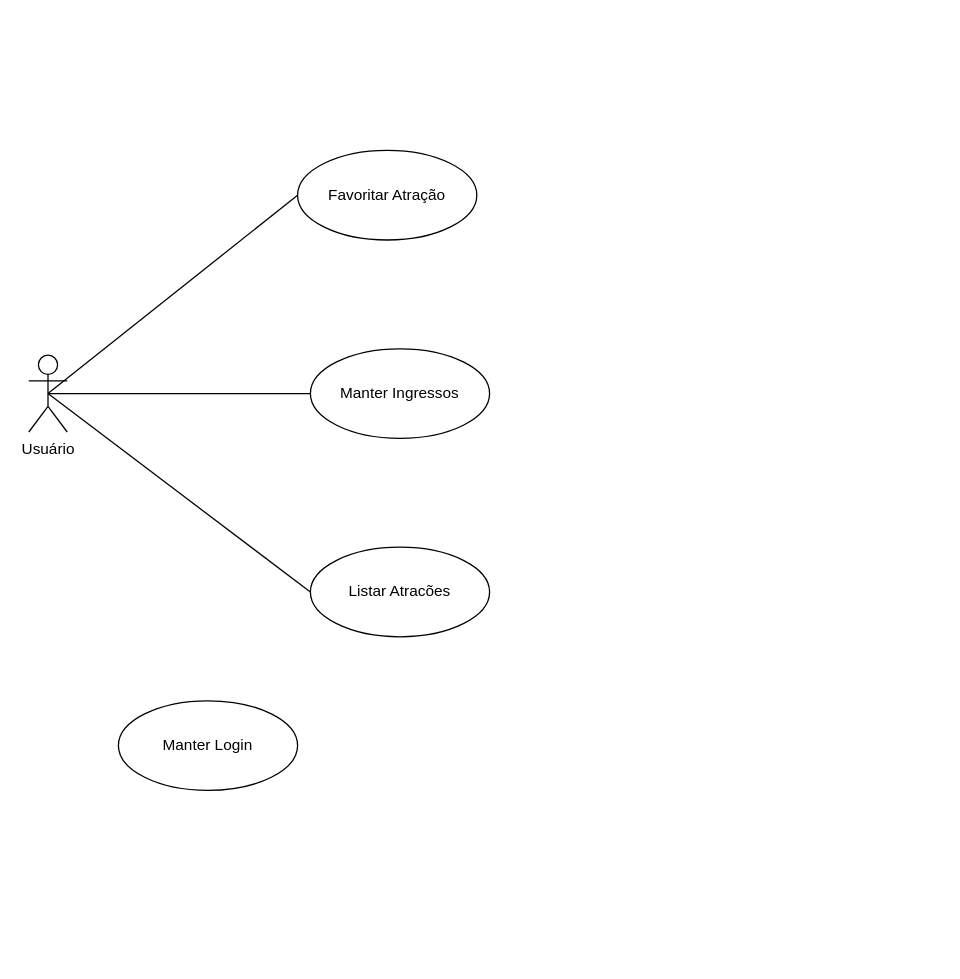
Before: Diagrama Caso de Uso.drawio in JudilenaGalvao/Projeto-POO, a draw.io diagram. Source tidied: cells renumbered, new cells numbered last; positions are measured from the earlier drawing's top-left corner, leaving out a move shared by most shapes. Both pictures are drawn from the tidied source at 128%, with x=0, y=0 at pixel (28, 150).
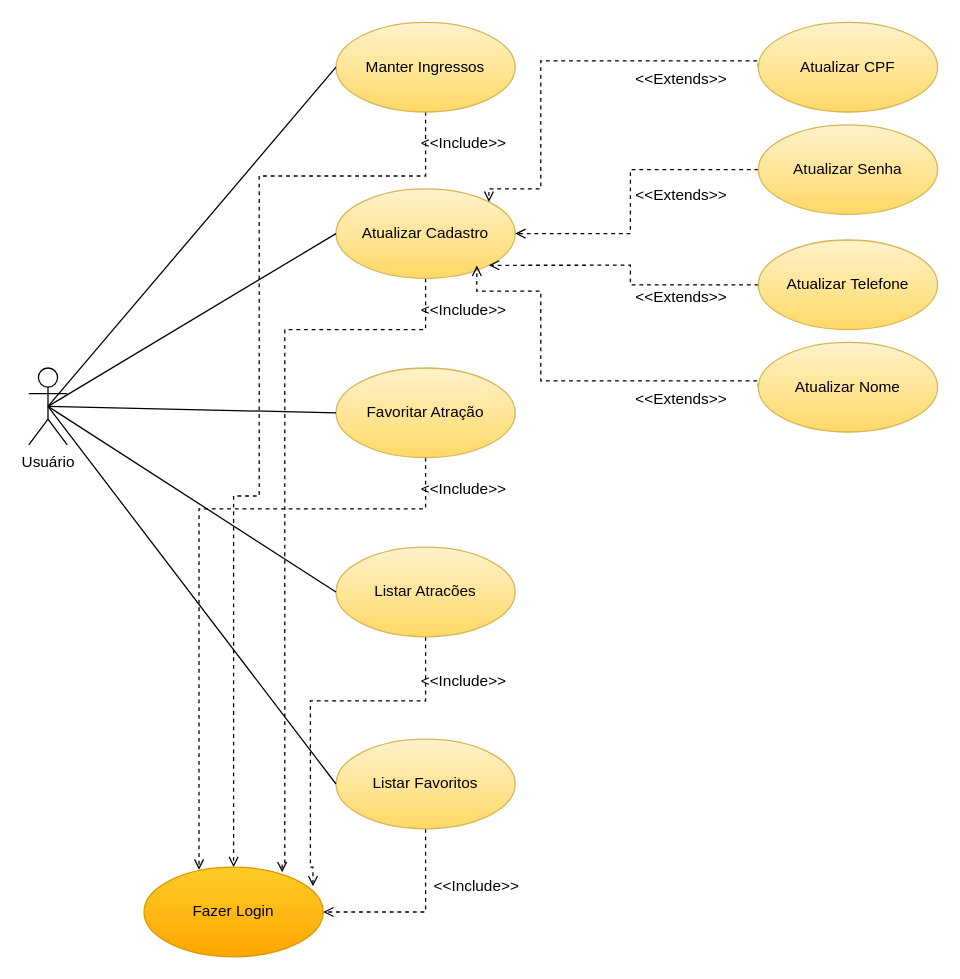
After the change.

Change to the diagram source:
```diff
@@
     <mxCell id="2" value="Usuário" style="shape=umlActor;verticalLabelPosition=bottom;verticalAlign=top;html=1;" parent="1" vertex="1">
-      <mxGeometry y="160" width="30" height="60" as="geometry" />
+      <mxGeometry y="170" width="30" height="60" as="geometry" />
     </mxCell>
+    <mxCell id="10" style="edgeStyle=orthogonalEdgeStyle;rounded=0;jettySize=auto;html=1;exitX=0.5;exitY=1;exitDx=0;exitDy=0;entryX=0.5;entryY=0;entryDx=0;entryDy=0;endArrow=open;endFill=0;dashed=1;" parent="1" edge="1" source="3" target="7">
+      <mxGeometry relative="1" as="geometry">
+        <Array as="points">
+          <mxPoint x="310" y="20" />
+          <mxPoint x="180" y="20" />
+          <mxPoint x="180" y="270" />
+          <mxPoint x="160" y="270" />
+        </Array>
+      </mxGeometry>
+    </mxCell>
-    <mxCell id="3" value="Manter Ingressos" style="ellipse;whiteSpace=wrap;html=1;" parent="1" vertex="1">
-      <mxGeometry x="220" y="155" width="140" height="70" as="geometry" />
+    <mxCell id="3" value="Manter Ingressos" style="ellipse;whiteSpace=wrap;html=1;fillColor=#fff2cc;gradientColor=#ffd966;strokeColor=#d6b656;" parent="1" vertex="1">
+      <mxGeometry x="240" y="-100" width="140" height="70" as="geometry" />
     </mxCell>
+    <mxCell id="11" style="edgeStyle=orthogonalEdgeStyle;rounded=0;jettySize=auto;html=1;exitX=0.5;exitY=1;exitDx=0;exitDy=0;entryX=0.307;entryY=0.029;entryDx=0;entryDy=0;entryPerimeter=0;endArrow=open;endFill=0;dashed=1;" parent="1" edge="1" source="4" target="7">
+      <mxGeometry relative="1" as="geometry">
+        <Array as="points">
+          <mxPoint x="310" y="280" />
+          <mxPoint x="133" y="280" />
+        </Array>
+      </mxGeometry>
+    </mxCell>
-    <mxCell id="4" value="Favoritar Atração" style="ellipse;whiteSpace=wrap;html=1;" parent="1" vertex="1">
-      <mxGeometry x="210" width="140" height="70" as="geometry" />
+    <mxCell id="4" value="Favoritar Atração" style="ellipse;whiteSpace=wrap;html=1;fillColor=#fff2cc;gradientColor=#ffd966;strokeColor=#d6b656;" parent="1" vertex="1">
+      <mxGeometry x="240" y="170" width="140" height="70" as="geometry" />
     </mxCell>
+    <mxCell id="12" style="edgeStyle=orthogonalEdgeStyle;rounded=0;jettySize=auto;html=1;exitX=0.5;exitY=1;exitDx=0;exitDy=0;entryX=0.943;entryY=0.214;entryDx=0;entryDy=0;endArrow=open;endFill=0;dashed=1;entryPerimeter=0;" parent="1" edge="1" source="5" target="7">
+      <mxGeometry relative="1" as="geometry">
+        <Array as="points">
+          <mxPoint x="310" y="430" />
+          <mxPoint x="220" y="430" />
+          <mxPoint x="220" y="560" />
+          <mxPoint x="222" y="560" />
+        </Array>
+      </mxGeometry>
+    </mxCell>
-    <mxCell id="5" value="Listar Atracões" style="ellipse;whiteSpace=wrap;html=1;" parent="1" vertex="1">
-      <mxGeometry x="220" y="310" width="140" height="70" as="geometry" />
+    <mxCell id="5" value="Listar Atracões" style="ellipse;whiteSpace=wrap;html=1;fillColor=#fff2cc;gradientColor=#ffd966;strokeColor=#d6b656;" parent="1" vertex="1">
+      <mxGeometry x="240" y="310" width="140" height="70" as="geometry" />
     </mxCell>
@@
-    <mxCell id="7" value="Manter Login" style="ellipse;whiteSpace=wrap;html=1;" parent="1" vertex="1">
-      <mxGeometry x="70" y="430" width="140" height="70" as="geometry" />
+    <mxCell id="7" value="Fazer Login" style="ellipse;whiteSpace=wrap;html=1;fillColor=#ffcd28;gradientColor=#ffa500;strokeColor=#d79b00;" parent="1" vertex="1">
+      <mxGeometry x="90" y="560" width="140" height="70" as="geometry" />
     </mxCell>
@@
+    <mxCell id="13" value="&amp;lt;&amp;lt;Include&amp;gt;&amp;gt;" style="text;html=1;strokeColor=none;fillColor=none;align=center;verticalAlign=middle;whiteSpace=wrap;rounded=0;" parent="1" vertex="1">
+      <mxGeometry x="310" y="400" width="60" height="30" as="geometry" />
+    </mxCell>
+    <mxCell id="14" value="&amp;lt;&amp;lt;Include&amp;gt;&amp;gt;" style="text;html=1;strokeColor=none;fillColor=none;align=center;verticalAlign=middle;whiteSpace=wrap;rounded=0;" parent="1" vertex="1">
+      <mxGeometry x="310" y="-20" width="60" height="30" as="geometry" />
+    </mxCell>
+    <mxCell id="15" value="&amp;lt;&amp;lt;Include&amp;gt;&amp;gt;" style="text;html=1;strokeColor=none;fillColor=none;align=center;verticalAlign=middle;whiteSpace=wrap;rounded=0;" parent="1" vertex="1">
+      <mxGeometry x="310" y="110" width="60" height="30" as="geometry" />
+    </mxCell>
+    <mxCell id="16" style="edgeStyle=orthogonalEdgeStyle;rounded=0;jettySize=auto;html=1;exitX=0.5;exitY=1;exitDx=0;exitDy=0;entryX=0.771;entryY=0.057;entryDx=0;entryDy=0;dashed=1;endArrow=open;endFill=0;entryPerimeter=0;" parent="1" edge="1" source="17" target="7">
+      <mxGeometry relative="1" as="geometry">
+        <Array as="points">
+          <mxPoint x="310" y="140" />
+          <mxPoint x="200" y="140" />
+          <mxPoint x="200" y="557" />
+          <mxPoint x="198" y="557" />
+        </Array>
+      </mxGeometry>
+    </mxCell>
+    <mxCell id="17" value="Atualizar Cadastro" style="ellipse;whiteSpace=wrap;html=1;fillColor=#fff2cc;gradientColor=#ffd966;strokeColor=#d6b656;" parent="1" vertex="1">
+      <mxGeometry x="240" y="30" width="140" height="70" as="geometry" />
+    </mxCell>
+    <mxCell id="18" style="endArrow=none;html=1;rounded=0;exitX=0.5;exitY=0.5;exitDx=0;exitDy=0;exitPerimeter=0;entryX=0;entryY=0.5;entryDx=0;entryDy=0;" parent="1" edge="1" source="2" target="17">
+      <mxGeometry relative="1" as="geometry" />
+    </mxCell>
+    <mxCell id="19" value="&amp;lt;&amp;lt;Include&amp;gt;&amp;gt;" style="text;html=1;strokeColor=none;fillColor=none;align=center;verticalAlign=middle;whiteSpace=wrap;rounded=0;" parent="1" vertex="1">
+      <mxGeometry x="310" y="250" width="60" height="30" as="geometry" />
+    </mxCell>
+    <mxCell id="20" style="edgeStyle=orthogonalEdgeStyle;rounded=0;jettySize=auto;html=1;exitX=0;exitY=0.5;exitDx=0;exitDy=0;entryX=1;entryY=0;entryDx=0;entryDy=0;dashed=1;endArrow=open;endFill=0;" parent="1" edge="1" source="21" target="17">
+      <mxGeometry relative="1" as="geometry">
+        <Array as="points">
+          <mxPoint x="570" y="-70" />
+          <mxPoint x="400" y="-70" />
+          <mxPoint x="400" y="30" />
+          <mxPoint x="360" y="30" />
+        </Array>
+      </mxGeometry>
+    </mxCell>
+    <mxCell id="21" value="Atualizar CPF" style="ellipse;whiteSpace=wrap;html=1;fillColor=#fff2cc;gradientColor=#ffd966;strokeColor=#d6b656;" parent="1" vertex="1">
+      <mxGeometry x="570" y="-100" width="140" height="70" as="geometry" />
+    </mxCell>
+    <mxCell id="22" style="edgeStyle=orthogonalEdgeStyle;rounded=0;jettySize=auto;html=1;exitX=0;exitY=0.5;exitDx=0;exitDy=0;entryX=1;entryY=0.5;entryDx=0;entryDy=0;dashed=1;endArrow=open;endFill=0;" parent="1" edge="1" source="23" target="17">
+      <mxGeometry relative="1" as="geometry">
+        <Array as="points">
+          <mxPoint x="470" y="15" />
+          <mxPoint x="470" y="65" />
+        </Array>
+      </mxGeometry>
+    </mxCell>
+    <mxCell id="23" value="Atualizar Senha" style="ellipse;whiteSpace=wrap;html=1;fillColor=#fff2cc;gradientColor=#ffd966;strokeColor=#d6b656;" parent="1" vertex="1">
+      <mxGeometry x="570" y="-20" width="140" height="70" as="geometry" />
+    </mxCell>
+    <mxCell id="24" style="edgeStyle=orthogonalEdgeStyle;rounded=0;jettySize=auto;html=1;exitX=0;exitY=0.5;exitDx=0;exitDy=0;entryX=1;entryY=1;entryDx=0;entryDy=0;dashed=1;endArrow=open;endFill=0;" parent="1" edge="1" source="25" target="17">
+      <mxGeometry relative="1" as="geometry">
+        <Array as="points">
+          <mxPoint x="470" y="105" />
+          <mxPoint x="470" y="90" />
+        </Array>
+      </mxGeometry>
+    </mxCell>
+    <mxCell id="25" value="Atualizar Telefone" style="ellipse;whiteSpace=wrap;html=1;fillColor=#fff2cc;gradientColor=#ffd966;strokeColor=#d6b656;" parent="1" vertex="1">
+      <mxGeometry x="570" y="70" width="140" height="70" as="geometry" />
+    </mxCell>
+    <mxCell id="26" style="edgeStyle=orthogonalEdgeStyle;rounded=0;jettySize=auto;html=1;exitX=0;exitY=0.5;exitDx=0;exitDy=0;entryX=0.786;entryY=0.857;entryDx=0;entryDy=0;entryPerimeter=0;dashed=1;endArrow=open;endFill=0;" parent="1" edge="1" source="27" target="17">
+      <mxGeometry relative="1" as="geometry">
+        <Array as="points">
+          <mxPoint x="570" y="180" />
+          <mxPoint x="400" y="180" />
+          <mxPoint x="400" y="110" />
+          <mxPoint x="350" y="110" />
+        </Array>
+      </mxGeometry>
+    </mxCell>
+    <mxCell id="27" value="Atualizar Nome" style="ellipse;whiteSpace=wrap;html=1;fillColor=#fff2cc;gradientColor=#ffd966;strokeColor=#d6b656;" parent="1" vertex="1">
+      <mxGeometry x="570" y="150" width="140" height="70" as="geometry" />
+    </mxCell>
+    <mxCell id="28" value="&amp;lt;&amp;lt;Extends&amp;gt;&amp;gt;" style="text;html=1;strokeColor=none;fillColor=none;align=center;verticalAlign=middle;whiteSpace=wrap;rounded=0;" parent="1" vertex="1">
+      <mxGeometry x="480" y="-70" width="60" height="30" as="geometry" />
+    </mxCell>
+    <mxCell id="29" value="&amp;lt;&amp;lt;Extends&amp;gt;&amp;gt;" style="text;html=1;strokeColor=none;fillColor=none;align=center;verticalAlign=middle;whiteSpace=wrap;rounded=0;" parent="1" vertex="1">
+      <mxGeometry x="480" y="20" width="60" height="30" as="geometry" />
+    </mxCell>
+    <mxCell id="30" value="&amp;lt;&amp;lt;Extends&amp;gt;&amp;gt;" style="text;html=1;strokeColor=none;fillColor=none;align=center;verticalAlign=middle;whiteSpace=wrap;rounded=0;" parent="1" vertex="1">
+      <mxGeometry x="480" y="100" width="60" height="30" as="geometry" />
+    </mxCell>
+    <mxCell id="31" value="&amp;lt;&amp;lt;Extends&amp;gt;&amp;gt;" style="text;html=1;strokeColor=none;fillColor=none;align=center;verticalAlign=middle;whiteSpace=wrap;rounded=0;" parent="1" vertex="1">
+      <mxGeometry x="480" y="180" width="60" height="30" as="geometry" />
+    </mxCell>
+    <mxCell id="32" style="edgeStyle=orthogonalEdgeStyle;rounded=0;jettySize=auto;html=1;exitX=0.5;exitY=1;exitDx=0;exitDy=0;entryX=1;entryY=0.5;entryDx=0;entryDy=0;dashed=1;endArrow=open;endFill=0;" parent="1" edge="1" source="33" target="7">
+      <mxGeometry relative="1" as="geometry" />
+    </mxCell>
+    <mxCell id="33" value="Listar Favoritos" style="ellipse;whiteSpace=wrap;html=1;fillColor=#fff2cc;gradientColor=#ffd966;strokeColor=#d6b656;" parent="1" vertex="1">
+      <mxGeometry x="240" y="460" width="140" height="70" as="geometry" />
+    </mxCell>
+    <mxCell id="34" style="endArrow=none;html=1;rounded=0;exitX=0.5;exitY=0.5;exitDx=0;exitDy=0;exitPerimeter=0;entryX=0;entryY=0.5;entryDx=0;entryDy=0;" parent="1" edge="1" source="2" target="33">
+      <mxGeometry relative="1" as="geometry" />
+    </mxCell>
+    <mxCell id="35" value="&amp;lt;&amp;lt;Include&amp;gt;&amp;gt;" style="text;html=1;strokeColor=none;fillColor=none;align=center;verticalAlign=middle;whiteSpace=wrap;rounded=0;" parent="1" vertex="1">
+      <mxGeometry x="320" y="560" width="60" height="30" as="geometry" />
+    </mxCell>
```
